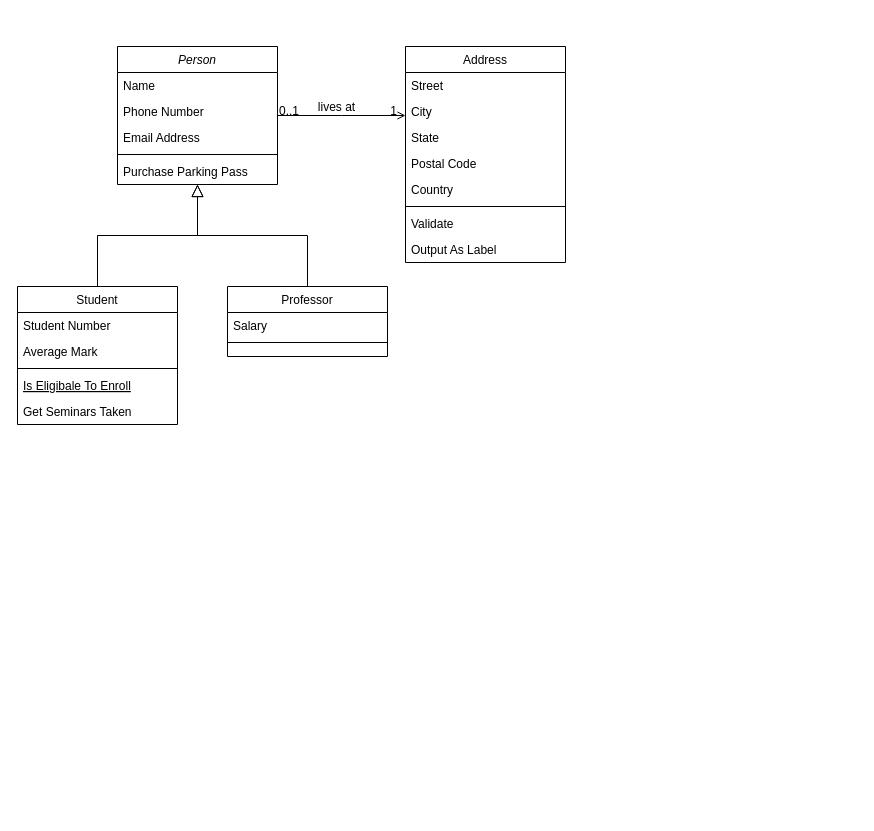
This is Báo Cáo + Demo/classDiagram.drawio from quantaitdeveloper/WebBanHang, a draw.io file, before an edit. Source tidied: cells renumbered, new cells numbered last; positions are measured from the earlier drawing's top-left corner, leaving out a move shared by most shapes. Both pictures are drawn from the tidied source at 100%, with x=0, y=0 at pixel (17, 46).
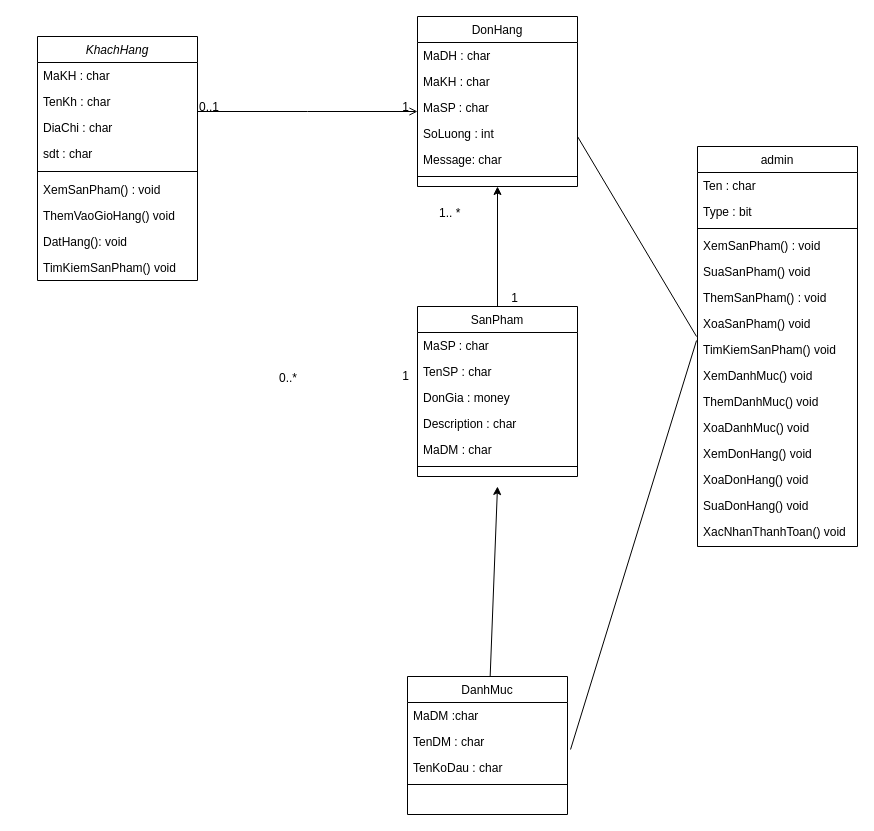
Above is the later version.

Unchanged cells that the change refers to:
```xml
<mxCell id="28" style="endArrow=open;shadow=0;strokeWidth=1;rounded=0;endFill=1;edgeStyle=elbowEdgeStyle;elbow=vertical;" parent="1" edge="1" source="2" target="19">
  <mxGeometry x="0.5" y="41" relative="1" as="geometry">
    <mxPoint x="-40" y="32" as="offset" />
  </mxGeometry>
</mxCell>
```

Change to the diagram source:
```diff
@@
-    <mxCell id="2" value="Person" style="swimlane;fontStyle=2;align=center;verticalAlign=top;horizontal=1;startSize=26;rounded=0;shadow=0;strokeWidth=1;" parent="1" vertex="1">
-      <mxGeometry x="100" width="160" height="138" as="geometry" />
+    <mxCell id="2" value="KhachHang" style="swimlane;fontStyle=2;align=center;verticalAlign=top;horizontal=1;startSize=26;rounded=0;shadow=0;strokeWidth=1;" parent="1" vertex="1">
+      <mxGeometry x="20" y="-10" width="160" height="244" as="geometry" />
     </mxCell>
-    <mxCell id="3" value="Name" style="text;align=left;verticalAlign=top;spacingLeft=4;spacingRight=4;overflow=hidden;" parent="2" vertex="1">
+    <mxCell id="3" value="MaKH : char" style="text;align=left;verticalAlign=top;spacingLeft=4;spacingRight=4;overflow=hidden;" parent="2" vertex="1">
       <mxGeometry y="26" width="160" height="26" as="geometry" />
     </mxCell>
-    <mxCell id="4" value="Phone Number" style="text;align=left;verticalAlign=top;spacingLeft=4;spacingRight=4;overflow=hidden;rounded=0;shadow=0;html=0;" parent="2" vertex="1">
+    <mxCell id="4" value="TenKh : char" style="text;align=left;verticalAlign=top;spacingLeft=4;spacingRight=4;overflow=hidden;rounded=0;shadow=0;html=0;" parent="2" vertex="1">
       <mxGeometry y="52" width="160" height="26" as="geometry" />
     </mxCell>
-    <mxCell id="5" value="Email Address" style="text;align=left;verticalAlign=top;spacingLeft=4;spacingRight=4;overflow=hidden;rounded=0;shadow=0;html=0;" parent="2" vertex="1">
+    <mxCell id="5" value="DiaChi : char" style="text;align=left;verticalAlign=top;spacingLeft=4;spacingRight=4;overflow=hidden;rounded=0;shadow=0;html=0;" parent="2" vertex="1">
       <mxGeometry y="78" width="160" height="26" as="geometry" />
     </mxCell>
+    <mxCell id="32" value="sdt : char" style="text;align=left;verticalAlign=top;spacingLeft=4;spacingRight=4;overflow=hidden;rounded=0;shadow=0;html=0;" parent="2" vertex="1">
+      <mxGeometry y="104" width="160" height="26" as="geometry" />
+    </mxCell>
     <mxCell id="6" style="line;html=1;strokeWidth=1;align=left;verticalAlign=middle;spacingTop=-1;spacingLeft=3;spacingRight=3;labelPosition=right;" parent="2" vertex="1">
-      <mxGeometry y="104" width="160" height="8" as="geometry" />
+      <mxGeometry y="130" width="160" height="10" as="geometry" />
     </mxCell>
-    <mxCell id="7" value="Purchase Parking Pass" style="text;align=left;verticalAlign=top;spacingLeft=4;spacingRight=4;overflow=hidden;" parent="2" vertex="1">
-      <mxGeometry y="112" width="160" height="26" as="geometry" />
+    <mxCell id="7" value="XemSanPham() : void " style="text;align=left;verticalAlign=top;spacingLeft=4;spacingRight=4;overflow=hidden;" parent="2" vertex="1">
+      <mxGeometry y="140" width="160" height="26" as="geometry" />
     </mxCell>
+    <mxCell id="33" value="ThemVaoGioHang() void" style="text;align=left;verticalAlign=top;spacingLeft=4;spacingRight=4;overflow=hidden;" parent="2" vertex="1">
+      <mxGeometry y="166" width="160" height="26" as="geometry" />
+    </mxCell>
+    <mxCell id="34" value="DatHang(): void " style="text;align=left;verticalAlign=top;spacingLeft=4;spacingRight=4;overflow=hidden;" parent="2" vertex="1">
+      <mxGeometry y="192" width="160" height="26" as="geometry" />
+    </mxCell>
+    <mxCell id="35" value="TimKiemSanPham() void" style="text;align=left;verticalAlign=top;spacingLeft=4;spacingRight=4;overflow=hidden;" parent="2" vertex="1">
+      <mxGeometry y="218" width="160" height="26" as="geometry" />
+    </mxCell>
-    <mxCell id="8" value="Student" style="swimlane;fontStyle=0;align=center;verticalAlign=top;horizontal=1;startSize=26;rounded=0;shadow=0;strokeWidth=1;" parent="1" vertex="1">
-      <mxGeometry y="240" width="160" height="138" as="geometry" />
+    <mxCell id="8" value="DanhMuc" style="swimlane;fontStyle=0;align=center;verticalAlign=top;horizontal=1;startSize=26;rounded=0;shadow=0;strokeWidth=1;" parent="1" vertex="1">
+      <mxGeometry x="390" y="630" width="160" height="138" as="geometry" />
     </mxCell>
-    <mxCell id="9" value="Student Number" style="text;align=left;verticalAlign=top;spacingLeft=4;spacingRight=4;overflow=hidden;" parent="8" vertex="1">
+    <mxCell id="9" value="MaDM :char" style="text;align=left;verticalAlign=top;spacingLeft=4;spacingRight=4;overflow=hidden;" parent="8" vertex="1">
       <mxGeometry y="26" width="160" height="26" as="geometry" />
     </mxCell>
-    <mxCell id="10" value="Average Mark" style="text;align=left;verticalAlign=top;spacingLeft=4;spacingRight=4;overflow=hidden;points=[[0,0.5],[1,0.5]];portConstraint=eastwest;rounded=0;shadow=0;html=0;" parent="8" vertex="1">
+    <mxCell id="10" value="TenDM : char&#10;" style="text;align=left;verticalAlign=top;spacingLeft=4;spacingRight=4;overflow=hidden;points=[[0,0.5],[1,0.5]];portConstraint=eastwest;rounded=0;shadow=0;html=0;" parent="8" vertex="1">
       <mxGeometry y="52" width="160" height="26" as="geometry" />
     </mxCell>
+    <mxCell id="36" value="TenKoDau : char" style="text;align=left;verticalAlign=top;spacingLeft=4;spacingRight=4;overflow=hidden;rounded=0;shadow=0;html=0;" parent="8" vertex="1">
+      <mxGeometry y="78" width="160" height="26" as="geometry" />
+    </mxCell>
     <mxCell id="11" style="line;html=1;strokeWidth=1;align=left;verticalAlign=middle;spacingTop=-1;spacingLeft=3;spacingRight=3;labelPosition=right;" parent="8" vertex="1">
-      <mxGeometry y="78" width="160" height="8" as="geometry" />
+      <mxGeometry y="104" width="160" height="8" as="geometry" />
     </mxCell>
-    <mxCell id="12" value="Is Eligibale To Enroll" style="text;align=left;verticalAlign=top;spacingLeft=4;spacingRight=4;overflow=hidden;fontStyle=4;" parent="8" vertex="1">
-      <mxGeometry y="86" width="160" height="26" as="geometry" />
-    </mxCell>
-    <mxCell id="13" value="Get Seminars Taken" style="text;align=left;verticalAlign=top;spacingLeft=4;spacingRight=4;overflow=hidden;" parent="8" vertex="1">
-      <mxGeometry y="112" width="160" height="26" as="geometry" />
-    </mxCell>
-    <mxCell id="14" style="endArrow=block;endSize=10;endFill=0;shadow=0;strokeWidth=1;rounded=0;edgeStyle=elbowEdgeStyle;elbow=vertical;" parent="1" edge="1" source="8" target="2">
-      <mxGeometry relative="1" as="geometry" />
-    </mxCell>
-    <mxCell id="15" value="Professor" style="swimlane;fontStyle=0;align=center;verticalAlign=top;horizontal=1;startSize=26;rounded=0;shadow=0;strokeWidth=1;" parent="1" vertex="1">
-      <mxGeometry x="210" y="240" width="160" height="70" as="geometry" />
-    </mxCell>
-    <mxCell id="16" value="Salary" style="text;align=left;verticalAlign=top;spacingLeft=4;spacingRight=4;overflow=hidden;" parent="15" vertex="1">
-      <mxGeometry y="26" width="160" height="26" as="geometry" />
-    </mxCell>
-    <mxCell id="17" style="line;html=1;strokeWidth=1;align=left;verticalAlign=middle;spacingTop=-1;spacingLeft=3;spacingRight=3;labelPosition=right;" parent="15" vertex="1">
-      <mxGeometry y="52" width="160" height="8" as="geometry" />
-    </mxCell>
-    <mxCell id="18" style="endArrow=block;endSize=10;endFill=0;shadow=0;strokeWidth=1;rounded=0;edgeStyle=elbowEdgeStyle;elbow=vertical;" parent="1" edge="1" source="15" target="2">
-      <mxGeometry relative="1" as="geometry" />
-    </mxCell>
-    <mxCell id="19" value="Address" style="swimlane;fontStyle=0;align=center;verticalAlign=top;horizontal=1;startSize=26;rounded=0;shadow=0;strokeWidth=1;" parent="1" vertex="1">
-      <mxGeometry x="388" width="160" height="216" as="geometry" />
+    <mxCell id="19" value="DonHang" style="swimlane;fontStyle=0;align=center;verticalAlign=top;horizontal=1;startSize=26;rounded=0;shadow=0;strokeWidth=1;" parent="1" vertex="1">
+      <mxGeometry x="400" y="-30" width="160" height="170" as="geometry" />
     </mxCell>
-    <mxCell id="20" value="Street" style="text;align=left;verticalAlign=top;spacingLeft=4;spacingRight=4;overflow=hidden;" parent="19" vertex="1">
+    <mxCell id="20" value="MaDH : char" style="text;align=left;verticalAlign=top;spacingLeft=4;spacingRight=4;overflow=hidden;" parent="19" vertex="1">
       <mxGeometry y="26" width="160" height="26" as="geometry" />
     </mxCell>
-    <mxCell id="21" value="City" style="text;align=left;verticalAlign=top;spacingLeft=4;spacingRight=4;overflow=hidden;rounded=0;shadow=0;html=0;" parent="19" vertex="1">
+    <mxCell id="21" value="MaKH : char" style="text;align=left;verticalAlign=top;spacingLeft=4;spacingRight=4;overflow=hidden;rounded=0;shadow=0;html=0;" parent="19" vertex="1">
       <mxGeometry y="52" width="160" height="26" as="geometry" />
     </mxCell>
-    <mxCell id="22" value="State" style="text;align=left;verticalAlign=top;spacingLeft=4;spacingRight=4;overflow=hidden;rounded=0;shadow=0;html=0;" parent="19" vertex="1">
+    <mxCell id="22" value="MaSP : char" style="text;align=left;verticalAlign=top;spacingLeft=4;spacingRight=4;overflow=hidden;rounded=0;shadow=0;html=0;" parent="19" vertex="1">
       <mxGeometry y="78" width="160" height="26" as="geometry" />
     </mxCell>
-    <mxCell id="23" value="Postal Code" style="text;align=left;verticalAlign=top;spacingLeft=4;spacingRight=4;overflow=hidden;rounded=0;shadow=0;html=0;" parent="19" vertex="1">
+    <mxCell id="23" value="SoLuong : int" style="text;align=left;verticalAlign=top;spacingLeft=4;spacingRight=4;overflow=hidden;rounded=0;shadow=0;html=0;" parent="19" vertex="1">
       <mxGeometry y="104" width="160" height="26" as="geometry" />
     </mxCell>
-    <mxCell id="24" value="Country" style="text;align=left;verticalAlign=top;spacingLeft=4;spacingRight=4;overflow=hidden;rounded=0;shadow=0;html=0;" parent="19" vertex="1">
+    <mxCell id="24" value="Message: char" style="text;align=left;verticalAlign=top;spacingLeft=4;spacingRight=4;overflow=hidden;rounded=0;shadow=0;html=0;" parent="19" vertex="1">
       <mxGeometry y="130" width="160" height="26" as="geometry" />
     </mxCell>
@@
-    <mxCell id="26" value="Validate" style="text;align=left;verticalAlign=top;spacingLeft=4;spacingRight=4;overflow=hidden;" parent="19" vertex="1">
-      <mxGeometry y="164" width="160" height="26" as="geometry" />
-    </mxCell>
-    <mxCell id="27" value="Output As Label" style="text;align=left;verticalAlign=top;spacingLeft=4;spacingRight=4;overflow=hidden;" parent="19" vertex="1">
-      <mxGeometry y="190" width="160" height="26" as="geometry" />
-    </mxCell>
@@
-    <mxCell id="31" value="lives at" style="text;html=1;align=center;verticalAlign=middle;labelBackgroundColor=none;rounded=0;shadow=0;strokeWidth=1;fontSize=12;" parent="28" vertex="1">
-      <mxGeometry x="0.5" y="49" relative="1" as="geometry">
-        <mxPoint x="-38" y="40" as="offset" />
-      </mxGeometry>
-    </mxCell>
+    <mxCell id="37" value="1.. *" style="align=left;verticalAlign=bottom;labelBackgroundColor=none;fontSize=12;" parent="28" vertex="1">
+      <mxGeometry x="-1" relative="1" as="geometry">
+        <mxPoint x="240" y="110" as="offset" />
+      </mxGeometry>
+    </mxCell>
+    <mxCell id="38" value="1" style="align=right;verticalAlign=bottom;labelBackgroundColor=none;fontSize=12;" parent="28" vertex="1">
+      <mxGeometry x="1" relative="1" as="geometry">
+        <mxPoint x="102" y="195" as="offset" />
+      </mxGeometry>
+    </mxCell>
+    <mxCell id="39" value="SanPham" style="swimlane;fontStyle=0;align=center;verticalAlign=top;horizontal=1;startSize=26;rounded=0;shadow=0;strokeWidth=1;" parent="1" vertex="1">
+      <mxGeometry x="400" y="260" width="160" height="170" as="geometry" />
+    </mxCell>
+    <mxCell id="40" value="MaSP : char" style="text;align=left;verticalAlign=top;spacingLeft=4;spacingRight=4;overflow=hidden;" parent="39" vertex="1">
+      <mxGeometry y="26" width="160" height="26" as="geometry" />
+    </mxCell>
+    <mxCell id="41" value="TenSP : char" style="text;align=left;verticalAlign=top;spacingLeft=4;spacingRight=4;overflow=hidden;rounded=0;shadow=0;html=0;" parent="39" vertex="1">
+      <mxGeometry y="52" width="160" height="26" as="geometry" />
+    </mxCell>
+    <mxCell id="42" value="DonGia : money" style="text;align=left;verticalAlign=top;spacingLeft=4;spacingRight=4;overflow=hidden;rounded=0;shadow=0;html=0;" parent="39" vertex="1">
+      <mxGeometry y="78" width="160" height="26" as="geometry" />
+    </mxCell>
+    <mxCell id="43" value="Description : char" style="text;align=left;verticalAlign=top;spacingLeft=4;spacingRight=4;overflow=hidden;rounded=0;shadow=0;html=0;" parent="39" vertex="1">
+      <mxGeometry y="104" width="160" height="26" as="geometry" />
+    </mxCell>
+    <mxCell id="44" value="MaDM : char" style="text;align=left;verticalAlign=top;spacingLeft=4;spacingRight=4;overflow=hidden;rounded=0;shadow=0;html=0;" parent="39" vertex="1">
+      <mxGeometry y="130" width="160" height="26" as="geometry" />
+    </mxCell>
+    <mxCell id="45" style="line;html=1;strokeWidth=1;align=left;verticalAlign=middle;spacingTop=-1;spacingLeft=3;spacingRight=3;labelPosition=right;" parent="39" vertex="1">
+      <mxGeometry y="156" width="160" height="8" as="geometry" />
+    </mxCell>
+    <mxCell id="46" style="endArrow=classic;html=1;exitX=0.5;exitY=0;exitDx=0;exitDy=0;entryX=0.5;entryY=1;entryDx=0;entryDy=0;" parent="1" edge="1" source="39" target="19">
+      <mxGeometry relative="1" as="geometry" />
+    </mxCell>
+    <mxCell id="47" style="endArrow=classic;html=1;" parent="1" edge="1" source="8">
+      <mxGeometry relative="1" as="geometry">
+        <mxPoint x="480" y="440" as="targetPoint" />
+      </mxGeometry>
+    </mxCell>
+    <mxCell id="48" value="0..*" style="align=left;verticalAlign=bottom;labelBackgroundColor=none;fontSize=12;" parent="1" vertex="1">
+      <mxGeometry x="260" y="340" as="geometry" />
+    </mxCell>
+    <mxCell id="49" value="1" style="align=right;verticalAlign=bottom;labelBackgroundColor=none;fontSize=12;" parent="1" vertex="1">
+      <mxGeometry x="512" y="260" as="geometry">
+        <mxPoint x="-119" y="78" as="offset" />
+      </mxGeometry>
+    </mxCell>
+    <mxCell id="50" value="admin" style="swimlane;fontStyle=0;align=center;verticalAlign=top;horizontal=1;startSize=26;rounded=0;shadow=0;strokeWidth=1;" parent="1" vertex="1">
+      <mxGeometry x="680" y="100" width="160" height="400" as="geometry" />
+    </mxCell>
+    <mxCell id="51" value="Ten : char" style="text;align=left;verticalAlign=top;spacingLeft=4;spacingRight=4;overflow=hidden;" parent="50" vertex="1">
+      <mxGeometry y="26" width="160" height="26" as="geometry" />
+    </mxCell>
+    <mxCell id="52" value="Type : bit" style="text;align=left;verticalAlign=top;spacingLeft=4;spacingRight=4;overflow=hidden;rounded=0;shadow=0;html=0;" parent="50" vertex="1">
+      <mxGeometry y="52" width="160" height="26" as="geometry" />
+    </mxCell>
+    <mxCell id="53" style="line;html=1;strokeWidth=1;align=left;verticalAlign=middle;spacingTop=-1;spacingLeft=3;spacingRight=3;labelPosition=right;" parent="50" vertex="1">
+      <mxGeometry y="78" width="160" height="8" as="geometry" />
+    </mxCell>
+    <mxCell id="54" value="XemSanPham() : void " style="text;align=left;verticalAlign=top;spacingLeft=4;spacingRight=4;overflow=hidden;" parent="50" vertex="1">
+      <mxGeometry y="86" width="160" height="26" as="geometry" />
+    </mxCell>
+    <mxCell id="55" value="SuaSanPham() void" style="text;align=left;verticalAlign=top;spacingLeft=4;spacingRight=4;overflow=hidden;" parent="50" vertex="1">
+      <mxGeometry y="112" width="160" height="26" as="geometry" />
+    </mxCell>
+    <mxCell id="56" value="ThemSanPham() : void" style="text;align=left;verticalAlign=top;spacingLeft=4;spacingRight=4;overflow=hidden;" parent="50" vertex="1">
+      <mxGeometry y="138" width="160" height="26" as="geometry" />
+    </mxCell>
+    <mxCell id="57" value="XoaSanPham() void" style="text;align=left;verticalAlign=top;spacingLeft=4;spacingRight=4;overflow=hidden;" parent="50" vertex="1">
+      <mxGeometry y="164" width="160" height="26" as="geometry" />
+    </mxCell>
+    <mxCell id="58" value="TimKiemSanPham() void" style="text;align=left;verticalAlign=top;spacingLeft=4;spacingRight=4;overflow=hidden;points=[[0,0.5],[1,0.5]];portConstraint=eastwest;" parent="50" vertex="1">
+      <mxGeometry y="190" width="160" height="26" as="geometry" />
+    </mxCell>
+    <mxCell id="59" value="XemDanhMuc() void" style="text;align=left;verticalAlign=top;spacingLeft=4;spacingRight=4;overflow=hidden;" parent="50" vertex="1">
+      <mxGeometry y="216" width="160" height="26" as="geometry" />
+    </mxCell>
+    <mxCell id="60" value="ThemDanhMuc() void" style="text;align=left;verticalAlign=top;spacingLeft=4;spacingRight=4;overflow=hidden;" parent="50" vertex="1">
+      <mxGeometry y="242" width="160" height="26" as="geometry" />
+    </mxCell>
+    <mxCell id="61" value="XoaDanhMuc() void " style="text;align=left;verticalAlign=top;spacingLeft=4;spacingRight=4;overflow=hidden;" parent="50" vertex="1">
+      <mxGeometry y="268" width="160" height="26" as="geometry" />
+    </mxCell>
+    <mxCell id="62" value="XemDonHang() void" style="text;align=left;verticalAlign=top;spacingLeft=4;spacingRight=4;overflow=hidden;" parent="50" vertex="1">
+      <mxGeometry y="294" width="160" height="26" as="geometry" />
+    </mxCell>
+    <mxCell id="63" value="XoaDonHang() void" style="text;align=left;verticalAlign=top;spacingLeft=4;spacingRight=4;overflow=hidden;" parent="50" vertex="1">
+      <mxGeometry y="320" width="160" height="26" as="geometry" />
+    </mxCell>
+    <mxCell id="64" value="SuaDonHang() void" style="text;align=left;verticalAlign=top;spacingLeft=4;spacingRight=4;overflow=hidden;" parent="50" vertex="1">
+      <mxGeometry y="346" width="160" height="26" as="geometry" />
+    </mxCell>
+    <mxCell id="65" value="XacNhanThanhToan() void" style="text;align=left;verticalAlign=top;spacingLeft=4;spacingRight=4;overflow=hidden;" parent="50" vertex="1">
+      <mxGeometry y="372" width="160" height="26" as="geometry" />
+    </mxCell>
+    <mxCell id="66" style="endArrow=none;html=1;entryX=-0.006;entryY=0;entryDx=0;entryDy=0;entryPerimeter=0;" parent="1" edge="1" target="58">
+      <mxGeometry relative="1" as="geometry">
+        <mxPoint x="560" y="90" as="sourcePoint" />
+      </mxGeometry>
+    </mxCell>
+    <mxCell id="67" style="endArrow=none;html=1;entryX=-0.006;entryY=0.154;entryDx=0;entryDy=0;entryPerimeter=0;exitX=1.019;exitY=0.808;exitDx=0;exitDy=0;exitPerimeter=0;" parent="1" edge="1" source="10" target="58">
+      <mxGeometry relative="1" as="geometry" />
+    </mxCell>
```
